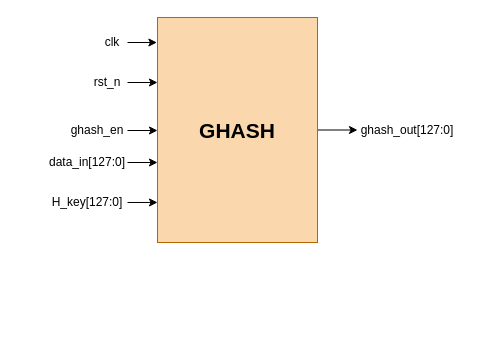
Earlier version of the draw.io diagram Quang Long/_drawio/GHASH high level.drawio (LQLManZz/AES128-Verilog). Source tidied: cells renumbered, new cells numbered last; positions are measured from the earlier drawing's top-left corner, leaving out a move shared by most shapes. Both pictures are drawn from the tidied source at 100%, with x=0, y=0 at pixel (47, 17).
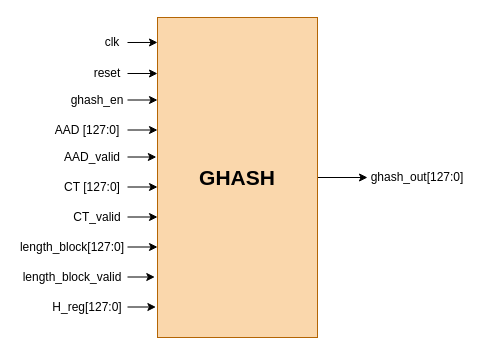
The same diagram, later.

Unchanged cells that the change refers to:
```xml
<mxCell id="8" value="clk" style="text;html=1;whiteSpace=wrap;strokeColor=none;fillColor=none;align=center;verticalAlign=middle;rounded=0;" parent="1" vertex="1">
  <mxGeometry x="50" y="10" width="30" height="30" as="geometry" />
</mxCell>
```

The edit, as a diff of the source:
```diff
@@
     <mxCell id="3" value="&lt;font style=&quot;font-size: 21px;&quot;&gt;&lt;b&gt;GHASH&lt;/b&gt;&lt;/font&gt;" style="rounded=0;whiteSpace=wrap;html=1;fillColor=#fad7ac;strokeColor=#b46504;" parent="1" vertex="1">
-      <mxGeometry x="110" width="160" height="225" as="geometry" />
+      <mxGeometry x="110" width="160" height="320" as="geometry" />
     </mxCell>
-    <mxCell id="4" value="data_in[127:0]" style="text;html=1;whiteSpace=wrap;strokeColor=none;fillColor=none;align=center;verticalAlign=middle;rounded=0;" parent="1" vertex="1">
-      <mxGeometry y="130" width="80" height="30" as="geometry" />
-    </mxCell>
     <mxCell id="5" value="ghash_out[127:0]" style="text;html=1;whiteSpace=wrap;strokeColor=none;fillColor=none;align=center;verticalAlign=middle;rounded=0;" parent="1" vertex="1">
-      <mxGeometry x="310" y="97.5" width="100" height="30" as="geometry" />
+      <mxGeometry x="320" y="145" width="100" height="30" as="geometry" />
     </mxCell>
-    <mxCell id="6" style="edgeStyle=orthogonalEdgeStyle;rounded=0;jettySize=auto;html=1;exitX=1;exitY=0.5;exitDx=0;exitDy=0;entryX=0;entryY=0.5;entryDx=0;entryDy=0;" parent="1" edge="1" source="7" target="3">
-      <mxGeometry relative="1" as="geometry" />
-    </mxCell>
     <mxCell id="7" value="ghash_en" style="text;html=1;whiteSpace=wrap;strokeColor=none;fillColor=none;align=center;verticalAlign=middle;rounded=0;" parent="1" vertex="1">
-      <mxGeometry x="20" y="98" width="60" height="30" as="geometry" />
+      <mxGeometry x="20" y="67.5" width="60" height="30" as="geometry" />
     </mxCell>
@@
-    <mxCell id="9" value="rst_n" style="text;html=1;whiteSpace=wrap;strokeColor=none;fillColor=none;align=center;verticalAlign=middle;rounded=0;" parent="1" vertex="1">
-      <mxGeometry x="40" y="50" width="40" height="30" as="geometry" />
+    <mxCell id="9" value="reset" style="text;html=1;whiteSpace=wrap;strokeColor=none;fillColor=none;align=center;verticalAlign=middle;rounded=0;" parent="1" vertex="1">
+      <mxGeometry x="40" y="41" width="40" height="30" as="geometry" />
     </mxCell>
-    <mxCell id="10" value="H_key[127:0]" style="text;html=1;whiteSpace=wrap;strokeColor=none;fillColor=none;align=center;verticalAlign=middle;rounded=0;" parent="1" vertex="1">
-      <mxGeometry y="170" width="80" height="30" as="geometry" />
+    <mxCell id="10" value="H_reg[127:0]" style="text;html=1;whiteSpace=wrap;strokeColor=none;fillColor=none;align=center;verticalAlign=middle;rounded=0;" parent="1" vertex="1">
+      <mxGeometry y="274.5" width="80" height="30" as="geometry" />
     </mxCell>
+    <mxCell id="15" value="AAD [127:0]" style="text;html=1;whiteSpace=wrap;strokeColor=none;fillColor=none;align=center;verticalAlign=middle;rounded=0;" parent="1" vertex="1">
+      <mxGeometry y="97.5" width="80" height="30" as="geometry" />
+    </mxCell>
+    <mxCell id="16" value="CT [127:0]" style="text;html=1;whiteSpace=wrap;strokeColor=none;fillColor=none;align=center;verticalAlign=middle;rounded=0;" parent="1" vertex="1">
+      <mxGeometry x="10" y="154.5" width="70" height="30" as="geometry" />
+    </mxCell>
+    <mxCell id="17" value="length_block[127:0]" style="text;html=1;whiteSpace=wrap;strokeColor=none;fillColor=none;align=center;verticalAlign=middle;rounded=0;" parent="1" vertex="1">
+      <mxGeometry x="-30" y="214.5" width="110" height="30" as="geometry" />
+    </mxCell>
+    <mxCell id="18" value="AAD_valid" style="text;html=1;whiteSpace=wrap;strokeColor=none;fillColor=none;align=center;verticalAlign=middle;rounded=0;" parent="1" vertex="1">
+      <mxGeometry x="10" y="124.5" width="70" height="30" as="geometry" />
+    </mxCell>
+    <mxCell id="19" value="CT_valid" style="text;html=1;whiteSpace=wrap;strokeColor=none;fillColor=none;align=center;verticalAlign=middle;rounded=0;" parent="1" vertex="1">
+      <mxGeometry x="20" y="184.5" width="60" height="30" as="geometry" />
+    </mxCell>
+    <mxCell id="20" value="length_block_valid" style="text;html=1;whiteSpace=wrap;strokeColor=none;fillColor=none;align=center;verticalAlign=middle;rounded=0;" parent="1" vertex="1">
+      <mxGeometry x="-30" y="244.5" width="110" height="30" as="geometry" />
+    </mxCell>
-    <mxCell id="11" style="edgeStyle=orthogonalEdgeStyle;rounded=0;jettySize=auto;html=1;exitX=1;exitY=0.5;exitDx=0;exitDy=0;entryX=-0.004;entryY=0.114;entryDx=0;entryDy=0;entryPerimeter=0;" parent="1" edge="1" source="8" target="3">
+    <mxCell id="11" style="edgeStyle=orthogonalEdgeStyle;rounded=0;jettySize=auto;html=1;exitX=1;exitY=0.5;exitDx=0;exitDy=0;entryX=0;entryY=0.078;entryDx=0;entryDy=0;entryPerimeter=0;fontFamily=Helvetica;fontSize=12;fontColor=default;" parent="1" edge="1" source="8" target="3">
       <mxGeometry relative="1" as="geometry" />
     </mxCell>
-    <mxCell id="12" style="edgeStyle=orthogonalEdgeStyle;rounded=0;jettySize=auto;html=1;exitX=1;exitY=0.5;exitDx=0;exitDy=0;entryX=0;entryY=0.291;entryDx=0;entryDy=0;entryPerimeter=0;" parent="1" edge="1" source="9" target="3">
+    <mxCell id="12" style="edgeStyle=orthogonalEdgeStyle;rounded=0;jettySize=auto;html=1;exitX=1;exitY=0.5;exitDx=0;exitDy=0;entryX=0;entryY=0.175;entryDx=0;entryDy=0;entryPerimeter=0;fontFamily=Helvetica;fontSize=12;fontColor=default;" parent="1" edge="1" source="9" target="3">
       <mxGeometry relative="1" as="geometry" />
     </mxCell>
-    <mxCell id="13" style="edgeStyle=orthogonalEdgeStyle;rounded=0;jettySize=auto;html=1;exitX=1;exitY=0.5;exitDx=0;exitDy=0;entryX=0;entryY=0.644;entryDx=0;entryDy=0;entryPerimeter=0;" parent="1" edge="1" source="4" target="3">
-      <mxGeometry relative="1" as="geometry" />
-    </mxCell>
+    <mxCell id="6" style="edgeStyle=orthogonalEdgeStyle;rounded=0;jettySize=auto;html=1;exitX=1;exitY=0.5;exitDx=0;exitDy=0;entryX=0;entryY=0.258;entryDx=0;entryDy=0;entryPerimeter=0;fontFamily=Helvetica;fontSize=12;fontColor=default;" parent="1" edge="1" source="7" target="3">
+      <mxGeometry relative="1" as="geometry" />
+    </mxCell>
+    <mxCell id="21" style="edgeStyle=orthogonalEdgeStyle;rounded=0;jettySize=auto;html=1;exitX=1;exitY=0.5;exitDx=0;exitDy=0;entryX=0;entryY=0.352;entryDx=0;entryDy=0;entryPerimeter=0;fontFamily=Helvetica;fontSize=12;fontColor=default;" parent="1" edge="1" source="15" target="3">
+      <mxGeometry relative="1" as="geometry" />
+    </mxCell>
+    <mxCell id="22" style="edgeStyle=orthogonalEdgeStyle;rounded=0;jettySize=auto;html=1;exitX=1;exitY=0.5;exitDx=0;exitDy=0;entryX=-0.007;entryY=0.436;entryDx=0;entryDy=0;entryPerimeter=0;fontFamily=Helvetica;fontSize=12;fontColor=default;" parent="1" edge="1" source="18" target="3">
+      <mxGeometry relative="1" as="geometry" />
+    </mxCell>
+    <mxCell id="23" style="edgeStyle=orthogonalEdgeStyle;rounded=0;jettySize=auto;html=1;exitX=1;exitY=0.5;exitDx=0;exitDy=0;entryX=0;entryY=0.53;entryDx=0;entryDy=0;entryPerimeter=0;fontFamily=Helvetica;fontSize=12;fontColor=default;" parent="1" edge="1" source="16" target="3">
+      <mxGeometry relative="1" as="geometry" />
+    </mxCell>
+    <mxCell id="24" style="edgeStyle=orthogonalEdgeStyle;rounded=0;jettySize=auto;html=1;exitX=1;exitY=0.5;exitDx=0;exitDy=0;entryX=0;entryY=0.624;entryDx=0;entryDy=0;entryPerimeter=0;fontFamily=Helvetica;fontSize=12;fontColor=default;" parent="1" edge="1" source="19" target="3">
+      <mxGeometry relative="1" as="geometry" />
+    </mxCell>
+    <mxCell id="25" style="edgeStyle=orthogonalEdgeStyle;rounded=0;jettySize=auto;html=1;exitX=1;exitY=0.5;exitDx=0;exitDy=0;entryX=0;entryY=0.717;entryDx=0;entryDy=0;entryPerimeter=0;fontFamily=Helvetica;fontSize=12;fontColor=default;" parent="1" edge="1" source="17" target="3">
+      <mxGeometry relative="1" as="geometry" />
+    </mxCell>
+    <mxCell id="26" style="edgeStyle=orthogonalEdgeStyle;rounded=0;jettySize=auto;html=1;exitX=1;exitY=0.5;exitDx=0;exitDy=0;entryX=-0.017;entryY=0.81;entryDx=0;entryDy=0;entryPerimeter=0;fontFamily=Helvetica;fontSize=12;fontColor=default;" parent="1" edge="1" source="20" target="3">
+      <mxGeometry relative="1" as="geometry" />
+    </mxCell>
-    <mxCell id="14" style="edgeStyle=orthogonalEdgeStyle;rounded=0;jettySize=auto;html=1;exitX=1;exitY=0.5;exitDx=0;exitDy=0;entryX=0;entryY=0.822;entryDx=0;entryDy=0;entryPerimeter=0;" parent="1" edge="1" source="10" target="3">
+    <mxCell id="14" style="edgeStyle=orthogonalEdgeStyle;rounded=0;jettySize=auto;html=1;exitX=1;exitY=0.5;exitDx=0;exitDy=0;entryX=-0.01;entryY=0.904;entryDx=0;entryDy=0;entryPerimeter=0;fontFamily=Helvetica;fontSize=12;fontColor=default;" parent="1" edge="1" source="10" target="3">
       <mxGeometry relative="1" as="geometry" />
     </mxCell>
```
